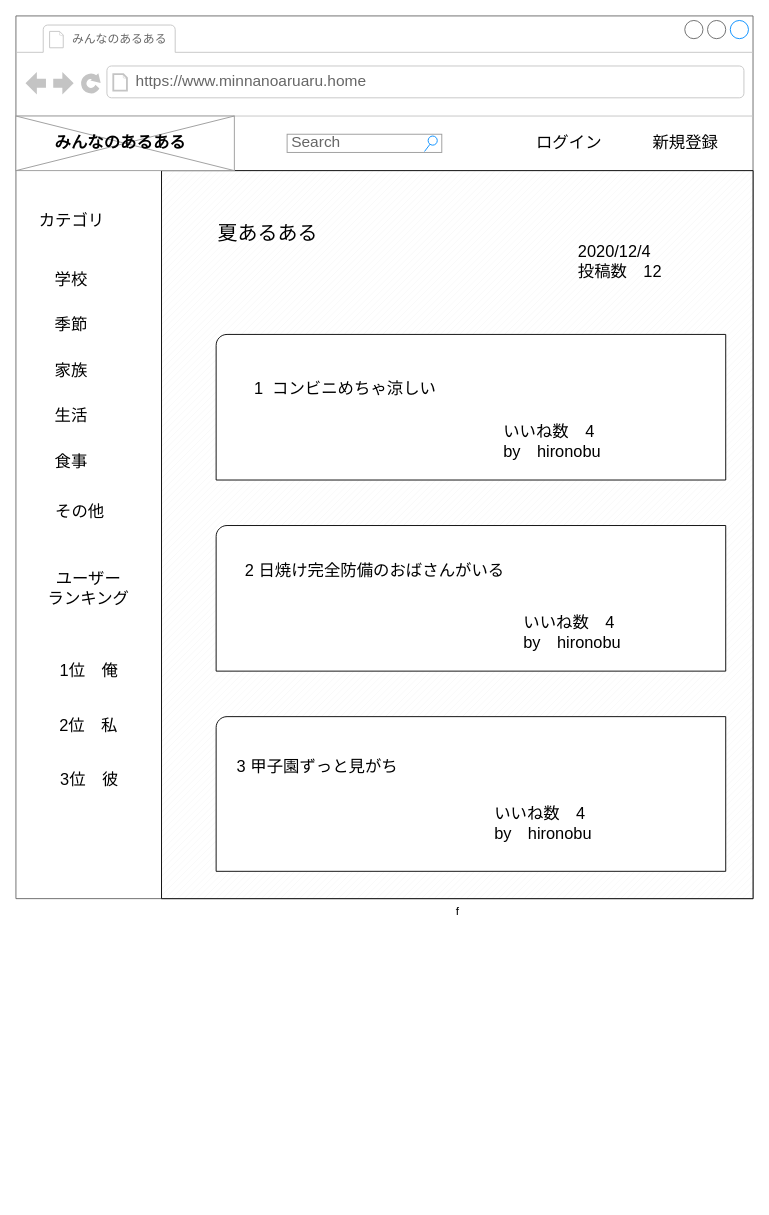
This is page "個別" (2 of 2) of 名称未設定ファイル.drawio from hironobu0824/aruaruapp, a draw.io file, before an edit. Source tidied: cells renumbered, new cells numbered last; positions are measured from the earlier drawing's top-left corner, leaving out a move shared by most shapes. Both pictures are drawn from the tidied source at 91%, with x=0, y=0 at pixel (15, 15).
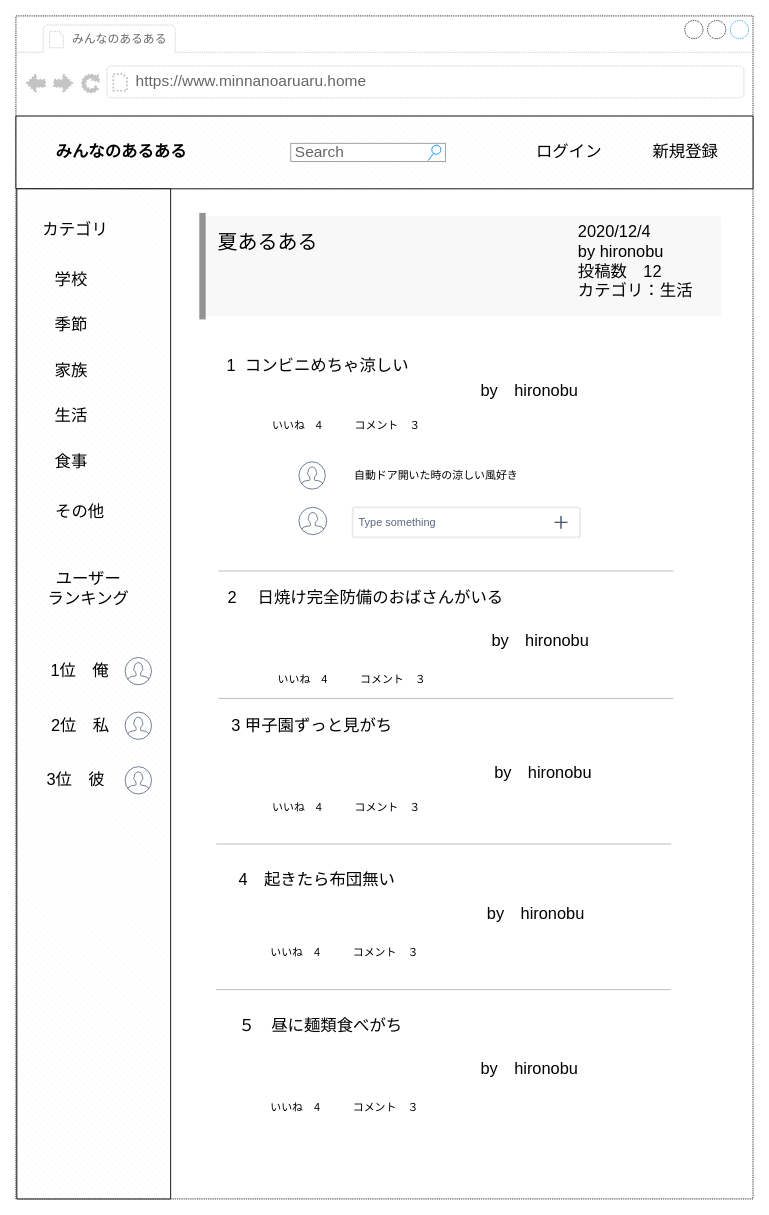
After the change.

What changed in the source:
```diff
@@
+    <mxCell id="34" style="verticalLabelPosition=bottom;verticalAlign=top;html=1;shape=mxgraph.basic.rect;fillColor2=none;strokeWidth=1;size=20;indent=5;fontSize=18;align=left;" parent="1" vertex="1">
+      <mxGeometry x="440" y="290" width="120" height="60" as="geometry" />
+    </mxCell>
-    <mxCell id="2" style="strokeWidth=1;shadow=0;dashed=0;align=center;html=1;shape=mxgraph.mockup.containers.browserWindow;rSize=0;strokeColor=#666666;strokeColor2=#008cff;strokeColor3=#c4c4c4;mainText=,;labelBorderColor=#000000;fontSize=13;" parent="1" vertex="1">
-      <mxGeometry width="810" height="970" as="geometry" />
+    <mxCell id="2" style="strokeWidth=1;shadow=0;dashed=1;align=center;html=1;shape=mxgraph.mockup.containers.browserWindow;rSize=0;strokeColor2=#008cff;strokeColor3=#c4c4c4;mainText=,;labelBorderColor=#000000;fontSize=13;dashPattern=1 1;" parent="1" vertex="1">
+      <mxGeometry width="810" height="1300" as="geometry" />
     </mxCell>
-    <mxCell id="3" value="f" style="verticalLabelPosition=bottom;shadow=0;dashed=0;align=center;html=1;verticalAlign=top;strokeWidth=1;shape=mxgraph.mockup.graphics.simpleIcon;strokeColor=#999999;fontSize=13;" parent="2" vertex="1">
-      <mxGeometry x="160" y="170" width="650" height="800" as="geometry" />
-    </mxCell>
-    <mxCell id="4" style="verticalLabelPosition=bottom;verticalAlign=top;html=1;shape=mxgraph.basic.patternFillRect;fillStyle=diag;step=5;fillStrokeWidth=0.2;fillStrokeColor=#dddddd;fontSize=18;align=left;" parent="2" vertex="1">
-      <mxGeometry x="160" y="170" width="650" height="800" as="geometry" />
-    </mxCell>
+    <mxCell id="35" style="shape=partialRectangle;whiteSpace=wrap;html=1;right=0;top=0;bottom=0;fillColor=#f5f5f5;routingCenterX=-0.5;fontSize=18;align=left;strokeColor=#666666;opacity=70;strokeWidth=7;fontColor=#333333;" parent="2" vertex="1">
+      <mxGeometry x="205" y="220" width="570" height="110" as="geometry" />
+    </mxCell>
+    <mxCell id="36" style="verticalLabelPosition=bottom;verticalAlign=top;html=1;shape=mxgraph.basic.patternFillRect;fillStyle=diagRev;step=5;fillStrokeWidth=0.2;fillStrokeColor=#dddddd;fontSize=18;align=left;" parent="2" vertex="1">
+      <mxGeometry y="110" width="810" height="80" as="geometry" />
+    </mxCell>
+    <mxCell id="37" style="verticalLabelPosition=bottom;verticalAlign=top;html=1;shape=mxgraph.basic.patternFillRect;fillStyle=diagRev;step=5;fillStrokeWidth=0.2;fillStrokeColor=#dddddd;fontSize=18;align=left;" parent="2" vertex="1">
+      <mxGeometry x="1" y="190" width="169" height="1110" as="geometry" />
+    </mxCell>
@@
-    <mxCell id="7" style="verticalLabelPosition=bottom;shadow=0;dashed=0;align=center;html=1;verticalAlign=top;strokeWidth=1;shape=mxgraph.mockup.graphics.simpleIcon;strokeColor=#999999;fontSize=13;" parent="2" vertex="1">
-      <mxGeometry y="110" width="240" height="60" as="geometry" />
-    </mxCell>
     <mxCell id="8" value="みんなのあるある" style="text;html=1;strokeColor=none;fillColor=none;align=center;verticalAlign=middle;whiteSpace=wrap;rounded=0;fontSize=18;fontStyle=1;" parent="2" vertex="1">
-      <mxGeometry y="110" width="230" height="60" as="geometry" />
+      <mxGeometry x="1" y="120" width="230" height="60" as="geometry" />
     </mxCell>
     <mxCell id="9" value="Search" style="strokeWidth=1;shadow=0;dashed=0;align=center;html=1;shape=mxgraph.mockup.forms.searchBox;strokeColor=#999999;mainText=;strokeColor2=#008cff;fontColor=#666666;fontSize=17;align=left;spacingLeft=3;" parent="2" vertex="1">
-      <mxGeometry x="298" y="130" width="170" height="20" as="geometry" />
+      <mxGeometry x="302" y="140" width="170" height="20" as="geometry" />
     </mxCell>
     <mxCell id="10" value="ログイン" style="text;html=1;strokeColor=none;fillColor=none;align=center;verticalAlign=middle;whiteSpace=wrap;rounded=0;fontSize=18;" parent="2" vertex="1">
-      <mxGeometry x="566" y="130" width="84" height="20" as="geometry" />
+      <mxGeometry x="566" y="140" width="84" height="20" as="geometry" />
     </mxCell>
     <mxCell id="11" value="新規登録" style="text;html=1;strokeColor=none;fillColor=none;align=center;verticalAlign=middle;whiteSpace=wrap;rounded=0;fontSize=18;" parent="2" vertex="1">
-      <mxGeometry x="699" y="130" width="74" height="20" as="geometry" />
+      <mxGeometry x="699" y="140" width="74" height="20" as="geometry" />
     </mxCell>
     <mxCell id="12" value="カテゴリ" style="text;html=1;align=center;verticalAlign=middle;fontSize=18;" parent="2" vertex="1">
-      <mxGeometry x="16" y="210" width="90" height="30" as="geometry" />
+      <mxGeometry x="20" y="220" width="90" height="30" as="geometry" />
     </mxCell>
@@
     <mxCell id="20" value="1位　俺" style="text;html=1;strokeColor=none;fillColor=none;align=center;verticalAlign=middle;whiteSpace=wrap;rounded=0;fontSize=18;" parent="2" vertex="1">
-      <mxGeometry x="41" y="710" width="79" height="20" as="geometry" />
+      <mxGeometry x="31" y="710" width="79" height="20" as="geometry" />
     </mxCell>
     <mxCell id="21" value="2位　私" style="text;html=1;strokeColor=none;fillColor=none;align=center;verticalAlign=middle;whiteSpace=wrap;rounded=0;fontSize=18;" parent="2" vertex="1">
-      <mxGeometry x="45.2" y="770" width="69.5" height="20" as="geometry" />
+      <mxGeometry x="35.8" y="770" width="69.5" height="20" as="geometry" />
     </mxCell>
     <mxCell id="22" value="3位　彼" style="text;html=1;strokeColor=none;fillColor=none;align=center;verticalAlign=middle;whiteSpace=wrap;rounded=0;fontSize=18;" parent="2" vertex="1">
-      <mxGeometry x="45.8" y="830" width="69.5" height="20" as="geometry" />
+      <mxGeometry x="31" y="830" width="69.5" height="20" as="geometry" />
     </mxCell>
-    <mxCell id="23" style="verticalLabelPosition=bottom;verticalAlign=top;html=1;shape=mxgraph.basic.corner_round_rect;dx=6;fontSize=18;align=left;" parent="2" vertex="1">
-      <mxGeometry x="220" y="770" width="560" height="170" as="geometry" />
-    </mxCell>
     <mxCell id="24" value="&amp;nbsp;3 甲子園ずっと見がち" style="text;html=1;strokeColor=none;fillColor=none;align=left;verticalAlign=middle;whiteSpace=wrap;rounded=0;fontSize=18;" parent="2" vertex="1">
-      <mxGeometry x="236" y="815" width="294" height="20" as="geometry" />
+      <mxGeometry x="230" y="770" width="294" height="20" as="geometry" />
     </mxCell>
-    <mxCell id="25" value="いいね数　4&lt;br&gt;by　hironobu" style="text;html=1;strokeColor=none;fillColor=none;align=left;verticalAlign=top;whiteSpace=wrap;rounded=0;fontSize=18;" parent="2" vertex="1">
-      <mxGeometry x="524" y="860" width="214" height="60" as="geometry" />
+    <mxCell id="25" value="by　hironobu" style="text;html=1;strokeColor=none;fillColor=none;align=left;verticalAlign=top;whiteSpace=wrap;rounded=0;fontSize=18;" parent="2" vertex="1">
+      <mxGeometry x="524" y="815" width="214" height="35" as="geometry" />
     </mxCell>
-    <mxCell id="26" style="verticalLabelPosition=bottom;verticalAlign=top;html=1;shape=mxgraph.basic.corner_round_rect;dx=6;fontSize=18;align=left;" parent="2" vertex="1">
-      <mxGeometry x="220" y="560" width="560" height="160" as="geometry" />
-    </mxCell>
-    <mxCell id="27" value="2 日焼け完全防備のおばさんがいる" style="text;html=1;strokeColor=none;fillColor=none;align=left;verticalAlign=middle;whiteSpace=wrap;rounded=0;fontSize=18;" parent="2" vertex="1">
-      <mxGeometry x="250" y="600" width="294" height="20" as="geometry" />
+    <mxCell id="27" value="&lt;font style=&quot;font-size: 18px&quot;&gt;2 　日焼け完全防備のおばさんがいる&lt;/font&gt;" style="text;html=1;strokeColor=none;fillColor=none;align=left;verticalAlign=middle;whiteSpace=wrap;rounded=0;fontSize=16;" parent="2" vertex="1">
+      <mxGeometry x="231" y="630" width="309" height="20" as="geometry" />
     </mxCell>
-    <mxCell id="28" value="いいね数　4&lt;br&gt;by　hironobu" style="text;html=1;strokeColor=none;fillColor=none;align=left;verticalAlign=top;whiteSpace=wrap;rounded=0;fontSize=18;" parent="2" vertex="1">
-      <mxGeometry x="556" y="650" width="214" height="60" as="geometry" />
+    <mxCell id="28" value="by　hironobu" style="text;html=1;strokeColor=none;fillColor=none;align=left;verticalAlign=top;whiteSpace=wrap;rounded=0;fontSize=18;" parent="2" vertex="1">
+      <mxGeometry x="521" y="670" width="189" height="30" as="geometry" />
     </mxCell>
-    <mxCell id="29" style="verticalLabelPosition=bottom;verticalAlign=top;html=1;shape=mxgraph.basic.corner_round_rect;dx=6;fontSize=18;align=left;" parent="2" vertex="1">
-      <mxGeometry x="220" y="350" width="560" height="160" as="geometry" />
-    </mxCell>
     <mxCell id="30" value="1&amp;nbsp; コンビニめちゃ涼しい" style="text;html=1;strokeColor=none;fillColor=none;align=left;verticalAlign=middle;whiteSpace=wrap;rounded=0;fontSize=18;" parent="2" vertex="1">
-      <mxGeometry x="260" y="400" width="204" height="20" as="geometry" />
+      <mxGeometry x="230" y="375" width="204" height="20" as="geometry" />
     </mxCell>
-    <mxCell id="31" value="いいね数　4&lt;br&gt;by　hironobu" style="text;html=1;strokeColor=none;fillColor=none;align=left;verticalAlign=top;whiteSpace=wrap;rounded=0;fontSize=18;" parent="2" vertex="1">
-      <mxGeometry x="534" y="440" width="214" height="60" as="geometry" />
+    <mxCell id="31" value="by　hironobu　　" style="text;html=1;strokeColor=none;fillColor=none;align=left;verticalAlign=top;whiteSpace=wrap;rounded=0;fontSize=18;" parent="2" vertex="1">
+      <mxGeometry x="508.5" y="395" width="214" height="30" as="geometry" />
     </mxCell>
     <mxCell id="32" value="&lt;font style=&quot;font-size: 22px&quot;&gt;夏あるある&lt;/font&gt;" style="text;html=1;strokeColor=none;fillColor=none;align=left;verticalAlign=middle;whiteSpace=wrap;rounded=0;fontSize=18;" parent="2" vertex="1">
-      <mxGeometry x="220" y="230" width="132" height="20" as="geometry" />
+      <mxGeometry x="220" y="240" width="132" height="20" as="geometry" />
     </mxCell>
-    <mxCell id="33" value="2020/12/4&lt;br&gt;投稿数　12" style="text;html=1;strokeColor=none;fillColor=none;align=left;verticalAlign=middle;whiteSpace=wrap;rounded=0;fontSize=18;" parent="2" vertex="1">
-      <mxGeometry x="616" y="240" width="122" height="60" as="geometry" />
+    <mxCell id="33" value="2020/12/4&lt;br&gt;by hironobu&lt;br&gt;投稿数　12&lt;br&gt;カテゴリ：生活" style="text;html=1;strokeColor=none;fillColor=none;align=left;verticalAlign=middle;whiteSpace=wrap;rounded=0;fontSize=18;" parent="2" vertex="1">
+      <mxGeometry x="616" y="240" width="144" height="60" as="geometry" />
     </mxCell>
+    <mxCell id="38" value="&amp;nbsp;4　起きたら布団無い" style="text;html=1;strokeColor=none;fillColor=none;align=left;verticalAlign=middle;whiteSpace=wrap;rounded=0;fontSize=18;" parent="2" vertex="1">
+      <mxGeometry x="238" y="940" width="294" height="20" as="geometry" />
+    </mxCell>
+    <mxCell id="39" value="&amp;nbsp;５　昼に麺類食べがち" style="text;html=1;strokeColor=none;fillColor=none;align=left;verticalAlign=middle;whiteSpace=wrap;rounded=0;fontSize=18;" parent="2" vertex="1">
+      <mxGeometry x="238" y="1100" width="294" height="20" as="geometry" />
+    </mxCell>
+    <mxCell id="40" value="by　hironobu" style="text;html=1;strokeColor=none;fillColor=none;align=left;verticalAlign=top;whiteSpace=wrap;rounded=0;fontSize=18;" parent="2" vertex="1">
+      <mxGeometry x="516" y="970" width="214" height="40" as="geometry" />
+    </mxCell>
+    <mxCell id="41" value="by　hironobu" style="text;html=1;strokeColor=none;fillColor=none;align=left;verticalAlign=top;whiteSpace=wrap;rounded=0;fontSize=18;" parent="2" vertex="1">
+      <mxGeometry x="508.5" y="1140" width="214" height="40" as="geometry" />
+    </mxCell>
+    <mxCell id="42" style="shape=mxgraph.ios7.icons.user;fillColor=#ffffff;strokeColor=#253858;fontSize=12;opacity=70;align=left;" parent="2" vertex="1">
+      <mxGeometry x="311" y="490" width="29" height="30" as="geometry" />
+    </mxCell>
+    <mxCell id="43" style="shape=mxgraph.ios7.icons.user;fillColor=#ffffff;strokeColor=#253858;fontSize=12;opacity=70;align=left;" parent="2" vertex="1">
+      <mxGeometry x="311" y="540" width="30.5" height="30" as="geometry" />
+    </mxCell>
+    <mxCell id="44" value="Type something" style="rounded=1;arcSize=9;fillColor=#ffffff;align=left;spacingLeft=5;strokeColor=#DEE1E6;html=1;strokeWidth=2;fontColor=#596780;fontSize=12;opacity=70;" parent="2" vertex="1">
+      <mxGeometry x="370" y="540" width="250" height="33" as="geometry" />
+    </mxCell>
+    <mxCell id="45" style="html=1;shadow=0;dashed=0;shape=mxgraph.basic.cross2;dx=0;strokeColor=#42526E;fillColor=#42526E;" parent="44" vertex="1">
+      <mxGeometry x="1" y="0.5" width="14" height="14" relative="1" as="geometry">
+        <mxPoint x="-28" y="-7" as="offset" />
+      </mxGeometry>
+    </mxCell>
+    <mxCell id="46" value="いいね　4　　　コメント　３" style="text;html=1;strokeColor=none;fillColor=none;align=left;verticalAlign=middle;whiteSpace=wrap;rounded=0;fontSize=12;opacity=70;" parent="2" vertex="1">
+      <mxGeometry x="280" y="440" width="254" height="20" as="geometry" />
+    </mxCell>
+    <mxCell id="47" value="自動ドア開いた時の涼しい風好き" style="text;html=1;strokeColor=none;fillColor=none;align=left;verticalAlign=middle;whiteSpace=wrap;rounded=0;fontSize=12;opacity=70;" parent="2" vertex="1">
+      <mxGeometry x="370" y="495" width="183" height="20" as="geometry" />
+    </mxCell>
+    <mxCell id="48" value="いいね　4　　　コメント　３" style="text;html=1;strokeColor=none;fillColor=none;align=left;verticalAlign=middle;whiteSpace=wrap;rounded=0;fontSize=12;opacity=70;" parent="2" vertex="1">
+      <mxGeometry x="286" y="720" width="254" height="20" as="geometry" />
+    </mxCell>
+    <mxCell id="49" value="いいね　4　　　コメント　３" style="text;html=1;strokeColor=none;fillColor=none;align=left;verticalAlign=middle;whiteSpace=wrap;rounded=0;fontSize=12;opacity=70;" parent="2" vertex="1">
+      <mxGeometry x="280" y="860" width="254" height="20" as="geometry" />
+    </mxCell>
+    <mxCell id="50" value="いいね　4　　　コメント　３" style="text;html=1;strokeColor=none;fillColor=none;align=left;verticalAlign=middle;whiteSpace=wrap;rounded=0;fontSize=12;opacity=70;" parent="2" vertex="1">
+      <mxGeometry x="278" y="1020" width="254" height="20" as="geometry" />
+    </mxCell>
+    <mxCell id="51" value="いいね　4　　　コメント　３" style="text;html=1;strokeColor=none;fillColor=none;align=left;verticalAlign=middle;whiteSpace=wrap;rounded=0;fontSize=12;opacity=70;" parent="2" vertex="1">
+      <mxGeometry x="278" y="1190" width="254" height="20" as="geometry" />
+    </mxCell>
+    <mxCell id="52" style="verticalLabelPosition=bottom;shadow=0;dashed=0;align=center;html=1;verticalAlign=top;strokeWidth=1;shape=mxgraph.mockup.markup.line;strokeColor=#999999;fontSize=16;opacity=70;" parent="2" vertex="1">
+      <mxGeometry x="222.5" y="600" width="500" height="20" as="geometry" />
+    </mxCell>
+    <mxCell id="53" style="verticalLabelPosition=bottom;shadow=0;dashed=0;align=center;html=1;verticalAlign=top;strokeWidth=1;shape=mxgraph.mockup.markup.line;strokeColor=#999999;fontSize=16;opacity=70;" parent="2" vertex="1">
+      <mxGeometry x="222.5" y="740" width="500" height="20" as="geometry" />
+    </mxCell>
+    <mxCell id="54" style="verticalLabelPosition=bottom;shadow=0;dashed=0;align=center;html=1;verticalAlign=top;strokeWidth=1;shape=mxgraph.mockup.markup.line;strokeColor=#999999;fontSize=16;opacity=70;" parent="2" vertex="1">
+      <mxGeometry x="220" y="900" width="500" height="20" as="geometry" />
+    </mxCell>
+    <mxCell id="55" style="verticalLabelPosition=bottom;shadow=0;dashed=0;align=center;html=1;verticalAlign=top;strokeWidth=1;shape=mxgraph.mockup.markup.line;strokeColor=#999999;fontSize=16;opacity=70;" parent="2" vertex="1">
+      <mxGeometry x="220" y="1060" width="500" height="20" as="geometry" />
+    </mxCell>
+    <mxCell id="56" style="shape=mxgraph.ios7.icons.user;fillColor=#ffffff;strokeColor=#253858;fontSize=12;opacity=70;align=left;" parent="2" vertex="1">
+      <mxGeometry x="120" y="705" width="29" height="30" as="geometry" />
+    </mxCell>
+    <mxCell id="57" style="shape=mxgraph.ios7.icons.user;fillColor=#ffffff;strokeColor=#253858;fontSize=12;opacity=70;align=left;" parent="2" vertex="1">
+      <mxGeometry x="120" y="765" width="29" height="30" as="geometry" />
+    </mxCell>
+    <mxCell id="58" style="shape=mxgraph.ios7.icons.user;fillColor=#ffffff;strokeColor=#253858;fontSize=12;opacity=70;align=left;" parent="2" vertex="1">
+      <mxGeometry x="120" y="825" width="29" height="30" as="geometry" />
+    </mxCell>
```
